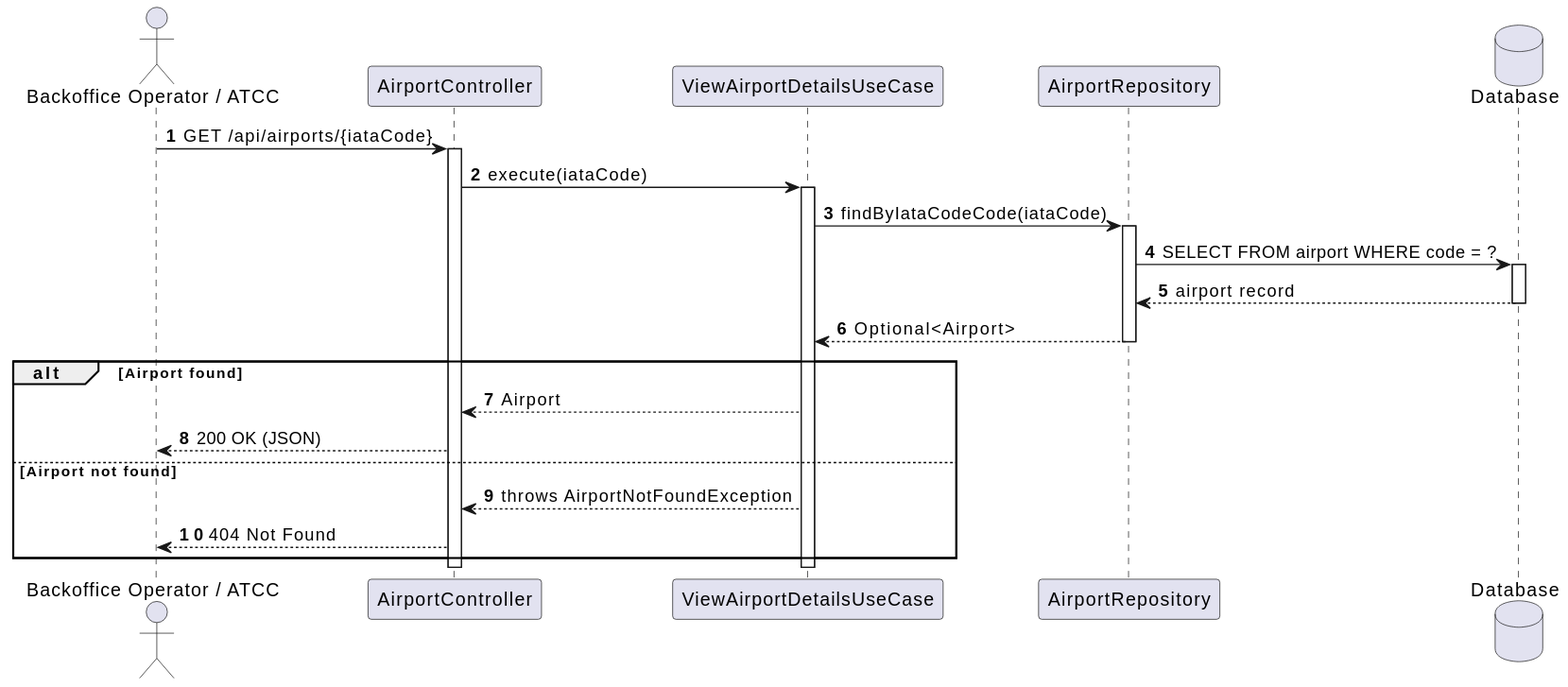
The PlantUML diagram docs/use-cases/WP#_A/WP#2A/svg/sequence-diagram/sd_us107.svg in VascoMagolo/psoft_1231562_1241692_1242036_2db, before a commit.
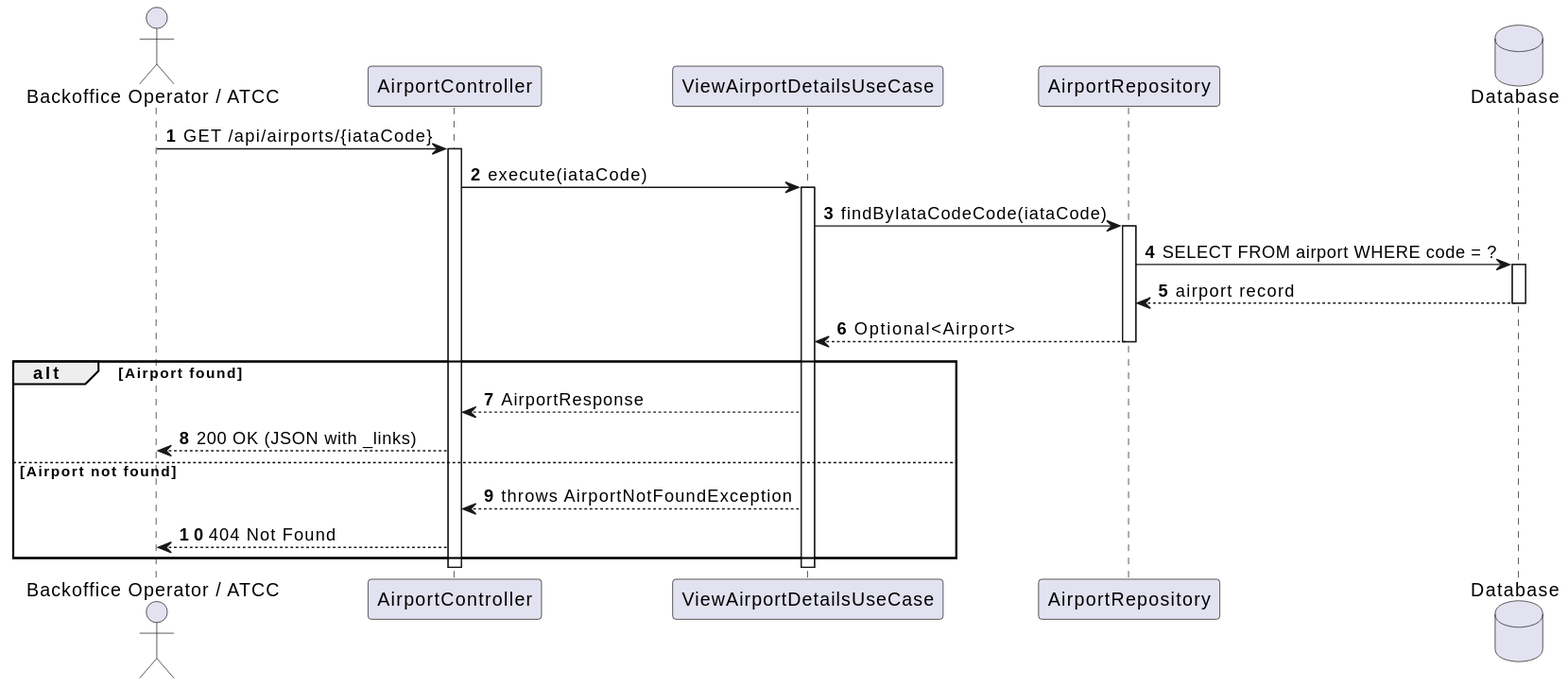
After the change.

The edit, as a diff of the source:
```diff
@@ -22,8 +22,8 @@
 deactivate Repo
 
 alt Airport found
-  UC --> Ctrl : Airport
-  Ctrl --> Actor : 200 OK (JSON)
+  UC --> Ctrl : AirportResponse
+  Ctrl --> Actor : 200 OK (JSON with _links)
 else Airport not found
   UC --> Ctrl : throws AirportNotFoundException
   Ctrl --> Actor : 404 Not Found
```
